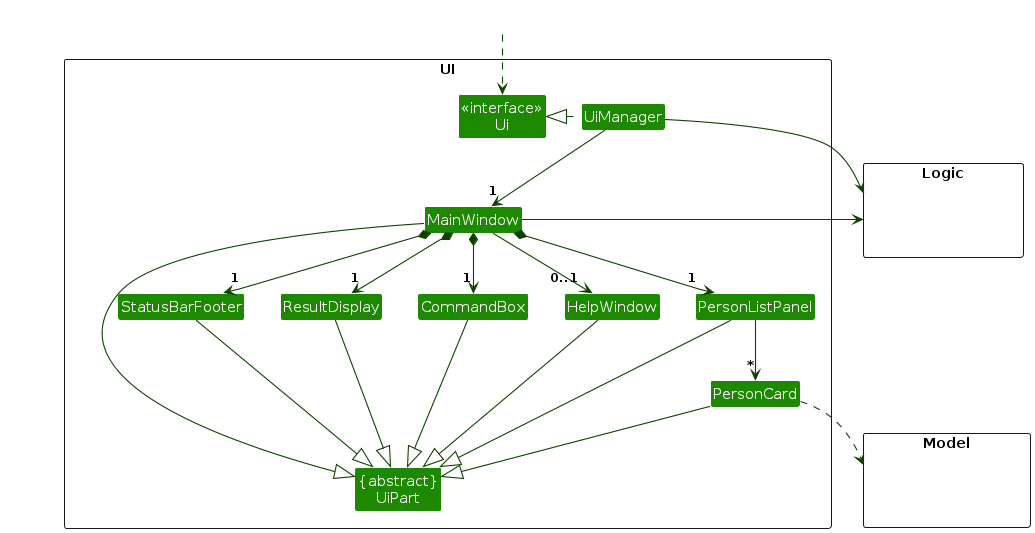
The PlantUML diagram diagrams/UiClassDiagram.png in AY2627S1-CS2103T-W12-3/tp, before a commit. Its source is kept beside it as diagrams/UiClassDiagram.puml.
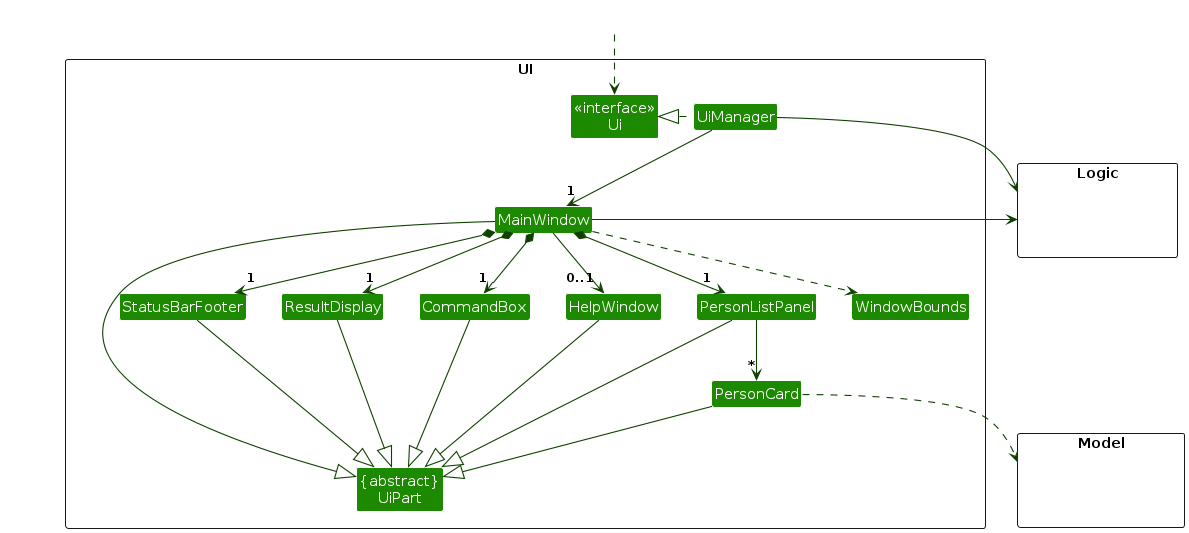
Above is the later version.

The edit, as a diff of the source:
```diff
@@ -9,6 +9,7 @@
 Class "{abstract}\nUiPart" as UiPart
 Class UiManager
 Class MainWindow
+Class WindowBounds
 Class HelpWindow
 Class ResultDisplay
 Class PersonListPanel
@@ -35,6 +36,7 @@
 MainWindow *-down-> "1" PersonListPanel
 MainWindow *-down-> "1" StatusBarFooter
 MainWindow --> "0..1" HelpWindow
+MainWindow ..> WindowBounds
 
 PersonListPanel -down-> "*" PersonCard
 
```
